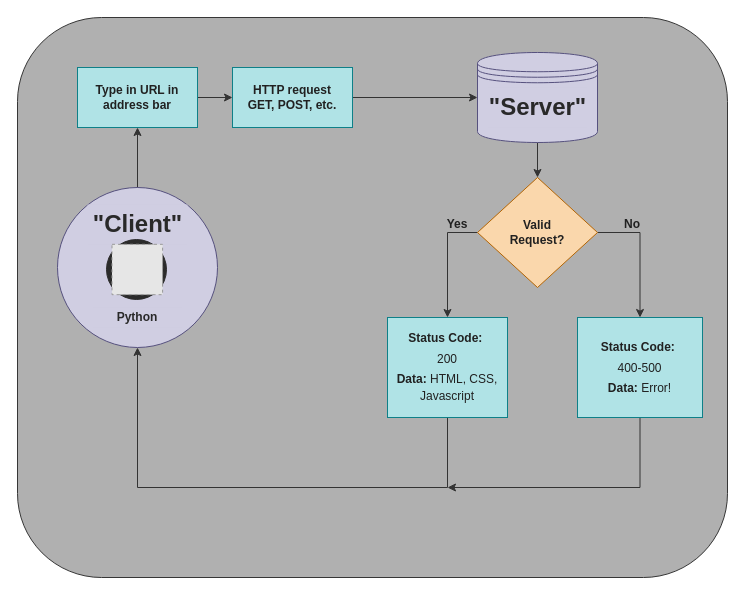
Above: docs/http_diagram_2.drawio in PdxCodeGuild/Programming102 (draw.io), before the change. Source tidied: cells renumbered, new cells numbered last; positions are measured from the earlier drawing's top-left corner, leaving out a move shared by most shapes. Both pictures are drawn from the tidied source at 100%, with x=0, y=0 at pixel (17, 17). Pictures stored in the file or linked from it are replaced by grey dashed boxes.
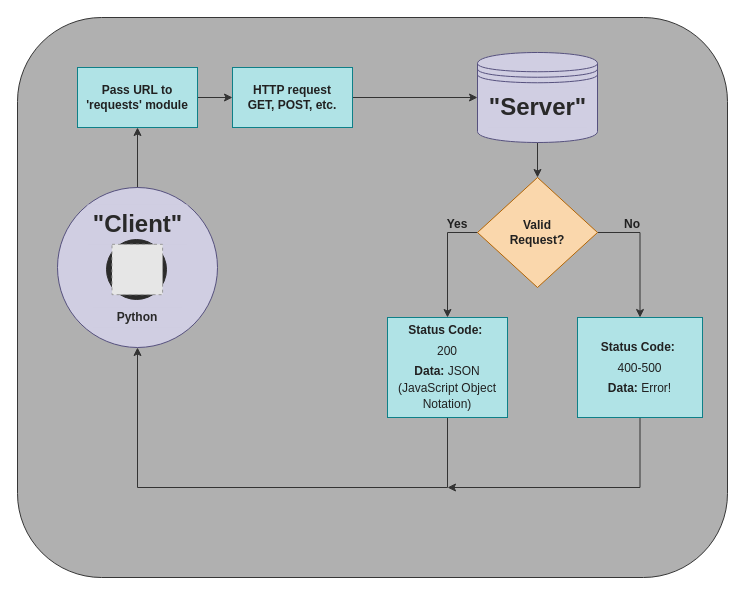
The same page after the edit.

Change to the diagram source:
```diff
@@
-    <mxCell id="7" value="Type in URL in address bar" style="whiteSpace=wrap;html=1;rounded=0;strokeColor=#0e8088;fillColor=#b0e3e6;fontStyle=1;fontColor=#212121;" parent="1" vertex="1">
+    <mxCell id="7" value="Pass URL to 'requests' module" style="whiteSpace=wrap;html=1;rounded=0;strokeColor=#0e8088;fillColor=#b0e3e6;fontStyle=1;fontColor=#212121;" parent="1" vertex="1">
       <mxGeometry x="60" y="50" width="120" height="60" as="geometry" />
     </mxCell>
@@
-    <mxCell id="14" value="&lt;p style=&quot;line-height: 16.8px&quot;&gt;&lt;b&gt;Status Code:&lt;/b&gt;&amp;nbsp;&lt;/p&gt;&lt;p style=&quot;line-height: 0px&quot;&gt;200&lt;/p&gt;&lt;p style=&quot;line-height: 16.8px&quot;&gt;&lt;b&gt;Data:&lt;/b&gt;&amp;nbsp;HTML, CSS, Javascript&lt;/p&gt;" style="rounded=0;whiteSpace=wrap;html=1;strokeColor=#0e8088;fillColor=#b0e3e6;fontColor=#212121;" parent="1" vertex="1">
+    <mxCell id="14" value="&lt;p style=&quot;line-height: 16.8px&quot;&gt;&lt;b&gt;Status Code:&lt;/b&gt;&amp;nbsp;&lt;/p&gt;&lt;p style=&quot;line-height: 0px&quot;&gt;200&lt;/p&gt;&lt;p style=&quot;line-height: 16.8px&quot;&gt;&lt;b&gt;Data:&lt;/b&gt;&amp;nbsp;JSON (JavaScript Object Notation)&lt;/p&gt;" style="rounded=0;whiteSpace=wrap;html=1;strokeColor=#0e8088;fillColor=#b0e3e6;fontColor=#212121;" parent="1" vertex="1">
       <mxGeometry x="370" y="300" width="120" height="100" as="geometry" />
     </mxCell>
```
